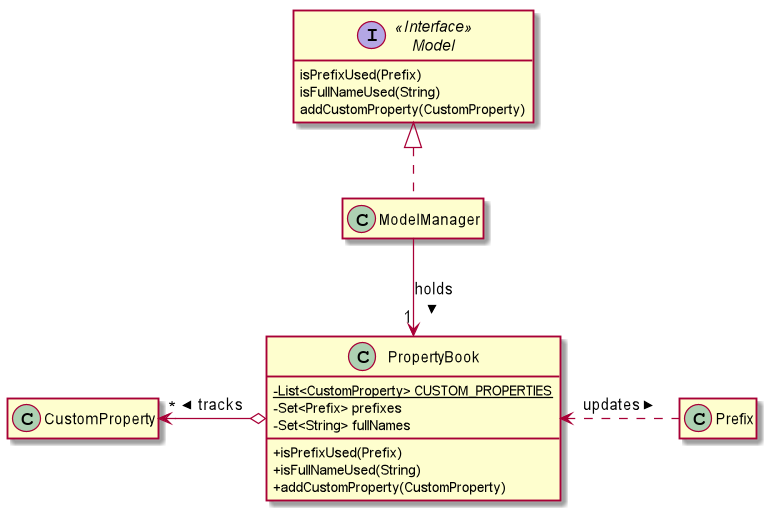
nus-cs2103-AY1920S1/addressbook-level3 keeps this PlantUML diagram as docs/images/CustomClassDiagram.png. Above is the earlier version. The source it was exported from:
```plantuml
@startuml
hide Model fields
hide ModelManager members
hide Prefix members
hide CustomProperty members
skinparam classAttributeIconSize 0

interface Model <<Interface>> {
    isPrefixUsed(Prefix)
    isFullNameUsed(String)
    addCustomProperty(CustomProperty)
}

class ModelManager {
}

class PropertyBook {
    - {static} List<CustomProperty> CUSTOM_PROPERTIES
    - Set<Prefix> prefixes
    - Set<String> fullNames
    + isPrefixUsed(Prefix)
    + isFullNameUsed(String)
    + addCustomProperty(CustomProperty)
}

Model <|.. ModelManager

ModelManager --> "1" PropertyBook: holds >

PropertyBook o-Left-> "*" CustomProperty: tracks >

PropertyBook <.Left. Prefix: updates >

@enduml
```
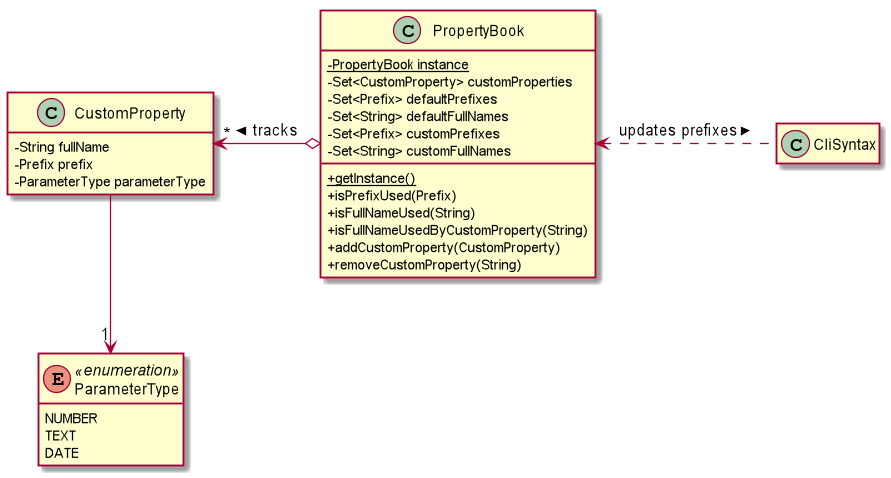
The same diagram one commit later.

Diff of the diagram source:
```diff
@@ -1,34 +1,41 @@
 @startuml
-hide Model fields
-hide ModelManager members
-hide Prefix members
-hide CustomProperty members
+
+hide CustomProperty methods
+hide CliSyntax members
+hide ParameterType methods
 skinparam classAttributeIconSize 0
 
-interface Model <<Interface>> {
-    isPrefixUsed(Prefix)
-    isFullNameUsed(String)
-    addCustomProperty(CustomProperty)
-}
-
-class ModelManager {
+class CustomProperty {
+    - String fullName
+    - Prefix prefix
+    - ParameterType parameterType
 }
 
 class PropertyBook {
-    - {static} List<CustomProperty> CUSTOM_PROPERTIES
-    - Set<Prefix> prefixes
-    - Set<String> fullNames
+    - {static} PropertyBook instance
+    - Set<CustomProperty> customProperties
+    - Set<Prefix> defaultPrefixes
+    - Set<String> defaultFullNames
+    - Set<Prefix> customPrefixes
+    - Set<String> customFullNames
+    + {static} getInstance()
     + isPrefixUsed(Prefix)
     + isFullNameUsed(String)
+    + isFullNameUsedByCustomProperty(String)
     + addCustomProperty(CustomProperty)
+    + removeCustomProperty(String)
 }
 
-Model <|.. ModelManager
-
-ModelManager --> "1" PropertyBook: holds >
+enum ParameterType <<enumeration>> {
+    NUMBER
+    TEXT
+    DATE
+}
 
 PropertyBook o-Left-> "*" CustomProperty: tracks >
 
-PropertyBook <.Left. Prefix: updates >
+PropertyBook <.Left. CliSyntax: updates prefixes >
+
+CustomProperty -Down-> "1" ParameterType
 
 @enduml
```
